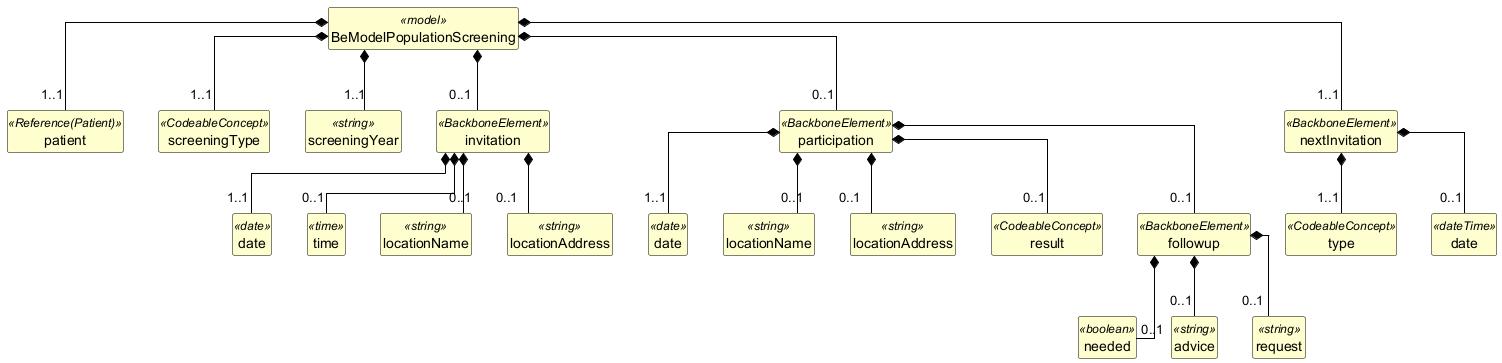
caresets/caresets-src keeps this PlantUML diagram as exports/diagrams/BeModelPopulationScreening-uml.png. Above is the earlier version.
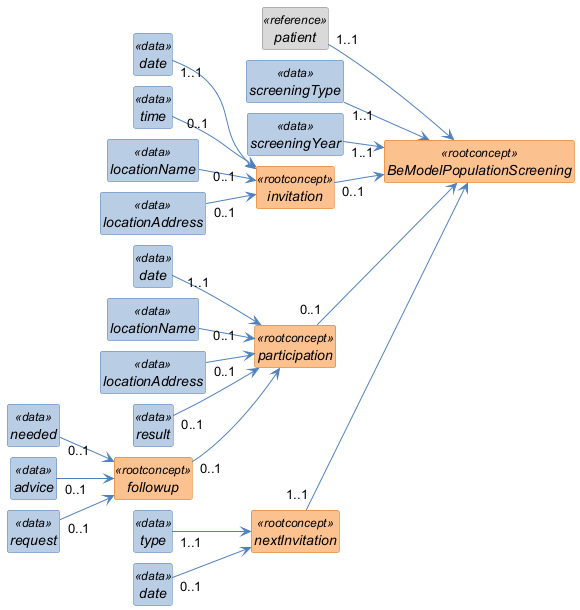
The same diagram one commit later.

What changed in the source:
```diff
@@ -1,98 +1,105 @@
 @startuml
+left to right direction
 skinparam shadowing false
+skinparam nodesep 10
+skinparam ranksep 40
 skinparam classAttributeIconSize 0
-skinparam linetype ortho
 skinparam class {
-  BackgroundColor #FEFECE
-  BorderColor #000000
-  ArrowColor #000000
-  FontStyle bold
-  AttributeFontStyle normal
+  FontStyle italic
+  BackgroundColor<<rootconcept>> #FAC08F
+  BorderColor<<rootconcept>> #E36C0A
+  BackgroundColor<<data>> #B8CCE4
+  BorderColor<<data>> #4F81BD
+  BackgroundColor<<reference>> #D9D9D9
+  BorderColor<<reference>> #808080
+  BackgroundColor<<value set>> #C3D69B
+  BorderColor<<value set>> #77933C
+  ArrowColor #4F81BD
 }
 hide circle
 hide empty members
 
-class "BeModelPopulationScreening" as BeModelPopulationScreening <<model>> {
+class "BeModelPopulationScreening" as BeModelPopulationScreening <<rootconcept>> {
 }
 
-class "patient" as BeModelPopulationScreening_patient <<Reference(Patient)>> {
+class "patient" as BeModelPopulationScreening_patient <<reference>> {
 }
 
-class "screeningType" as BeModelPopulationScreening_screeningType <<CodeableConcept>> {
+class "screeningType" as BeModelPopulationScreening_screeningType <<data>> {
 }
 
-class "screeningYear" as BeModelPopulationScreening_screeningYear <<string>> {
+class "screeningYear" as BeModelPopulationScreening_screeningYear <<data>> {
 }
 
-class "invitation" as BeModelPopulationScreening_invitation <<BackboneElement>> {
+class "invitation" as BeModelPopulationScreening_invitation <<rootconcept>> {
 }
 
-class "date" as BeModelPopulationScreening_invitation_date <<date>> {
+class "date" as BeModelPopulationScreening_invitation_date <<data>> {
 }
 
-class "time" as BeModelPopulationScreening_invitation_time <<time>> {
+class "time" as BeModelPopulationScreening_invitation_time <<data>> {
 }
 
-class "locationName" as BeModelPopulationScreening_invitation_locationName <<string>> {
+class "locationName" as BeModelPopulationScreening_invitation_locationName <<data>> {
 }
 
-class "locationAddress" as BeModelPopulationScreening_invitation_locationAddress <<string>> {
+class "locationAddress" as BeModelPopulationScreening_invitation_locationAddress <<data>> {
 }
 
-class "participation" as BeModelPopulationScreening_participation <<BackboneElement>> {
+class "participation" as BeModelPopulationScreening_participation <<rootconcept>> {
 }
 
-class "date" as BeModelPopulationScreening_participation_date <<date>> {
+class "date" as BeModelPopulationScreening_participation_date <<data>> {
 }
 
-class "locationName" as BeModelPopulationScreening_participation_locationName <<string>> {
+class "locationName" as BeModelPopulationScreening_participation_locationName <<data>> {
 }
 
-class "locationAddress" as BeModelPopulationScreening_participation_locationAddress <<string>> {
+class "locationAddress" as BeModelPopulationScreening_participation_locationAddress <<data>> {
 }
 
-class "result" as BeModelPopulationScreening_participation_result <<CodeableConcept>> {
+class "result" as BeModelPopulationScreening_participation_result <<data>> {
 }
 
-class "followup" as BeModelPopulationScreening_participation_followup <<BackboneElement>> {
+class "followup" as BeModelPopulationScreening_participation_followup <<rootconcept>> {
 }
 
-class "needed" as BeModelPopulationScreening_participation_followup_needed <<boolean>> {
+class "needed" as BeModelPopulationScreening_participation_followup_needed <<data>> {
 }
 
-class "advice" as BeModelPopulationScreening_participation_followup_advice <<string>> {
+class "advice" as BeModelPopulationScreening_participation_followup_advice <<data>> {
 }
 
-class "request" as BeModelPopulationScreening_participation_followup_request <<string>> {
+class "request" as BeModelPopulationScreening_participation_followup_request <<data>> {
 }
 
-class "nextInvitation" as BeModelPopulationScreening_nextInvitation <<BackboneElement>> {
+class "nextInvitation" as BeModelPopulationScreening_nextInvitation <<rootconcept>> {
 }
 
-class "type" as BeModelPopulationScreening_nextInvitation_type <<CodeableConcept>> {
+class "type" as BeModelPopulationScreening_nextInvitation_type <<data>> {
 }
 
-class "date" as BeModelPopulationScreening_nextInvitation_date <<dateTime>> {
+class "date" as BeModelPopulationScreening_nextInvitation_date <<data>> {
 }
 
-BeModelPopulationScreening *-- "1..1" BeModelPopulationScreening_patient
-BeModelPopulationScreening *-- "1..1" BeModelPopulationScreening_screeningType
-BeModelPopulationScreening *-- "1..1" BeModelPopulationScreening_screeningYear
-BeModelPopulationScreening *-- "0..1" BeModelPopulationScreening_invitation
-BeModelPopulationScreening_invitation *-- "1..1" BeModelPopulationScreening_invitation_date
-BeModelPopulationScreening_invitation *-- "0..1" BeModelPopulationScreening_invitation_time
-BeModelPopulationScreening_invitation *-- "0..1" BeModelPopulationScreening_invitation_locationName
-BeModelPopulationScreening_invitation *-- "0..1" BeModelPopulationScreening_invitation_locationAddress
-BeModelPopulationScreening *-- "0..1" BeModelPopulationScreening_participation
-BeModelPopulationScreening_participation *-- "1..1" BeModelPopulationScreening_participation_date
-BeModelPopulationScreening_participation *-- "0..1" BeModelPopulationScreening_participation_locationName
-BeModelPopulationScreening_participation *-- "0..1" BeModelPopulationScreening_participation_locationAddress
-BeModelPopulationScreening_participation *-- "0..1" BeModelPopulationScreening_participation_result
-BeModelPopulationScreening_participation *-- "0..1" BeModelPopulationScreening_participation_followup
-BeModelPopulationScreening_participation_followup *-- "0..1" BeModelPopulationScreening_participation_followup_needed
-BeModelPopulationScreening_participation_followup *-- "0..1" BeModelPopulationScreening_participation_followup_advice
-BeModelPopulationScreening_participation_followup *-- "0..1" BeModelPopulationScreening_participation_followup_request
-BeModelPopulationScreening *-- "1..1" BeModelPopulationScreening_nextInvitation
-BeModelPopulationScreening_nextInvitation *-- "1..1" BeModelPopulationScreening_nextInvitation_type
-BeModelPopulationScreening_nextInvitation *-- "0..1" BeModelPopulationScreening_nextInvitation_date
+BeModelPopulationScreening_patient "1..1" --> BeModelPopulationScreening
+BeModelPopulationScreening_screeningType "1..1" --> BeModelPopulationScreening
+BeModelPopulationScreening_screeningYear "1..1" --> BeModelPopulationScreening
+BeModelPopulationScreening_invitation "0..1" --> BeModelPopulationScreening
+BeModelPopulationScreening_invitation_date "1..1" --> BeModelPopulationScreening_invitation
+BeModelPopulationScreening_invitation_time "0..1" --> BeModelPopulationScreening_invitation
+BeModelPopulationScreening_invitation_locationName "0..1" --> BeModelPopulationScreening_invitation
+BeModelPopulationScreening_invitation_locationAddress "0..1" --> BeModelPopulationScreening_invitation
+BeModelPopulationScreening_participation "0..1" --> BeModelPopulationScreening
+BeModelPopulationScreening_participation_date "1..1" --> BeModelPopulationScreening_participation
+BeModelPopulationScreening_participation_locationName "0..1" --> BeModelPopulationScreening_participation
+BeModelPopulationScreening_participation_locationAddress "0..1" --> BeModelPopulationScreening_participation
+BeModelPopulationScreening_participation_result "0..1" --> BeModelPopulationScreening_participation
+BeModelPopulationScreening_participation_followup "0..1" --> BeModelPopulationScreening_participation
+BeModelPopulationScreening_participation_followup_needed "0..1" --> BeModelPopulationScreening_participation_followup
+BeModelPopulationScreening_participation_followup_advice "0..1" --> BeModelPopulationScreening_participation_followup
+BeModelPopulationScreening_participation_followup_request "0..1" --> BeModelPopulationScreening_participation_followup
+BeModelPopulationScreening_nextInvitation "1..1" --> BeModelPopulationScreening
+BeModelPopulationScreening_nextInvitation_type "1..1" --> BeModelPopulationScreening_nextInvitation
+BeModelPopulationScreening_nextInvitation_date "0..1" --> BeModelPopulationScreening_nextInvitation
 @enduml
```
